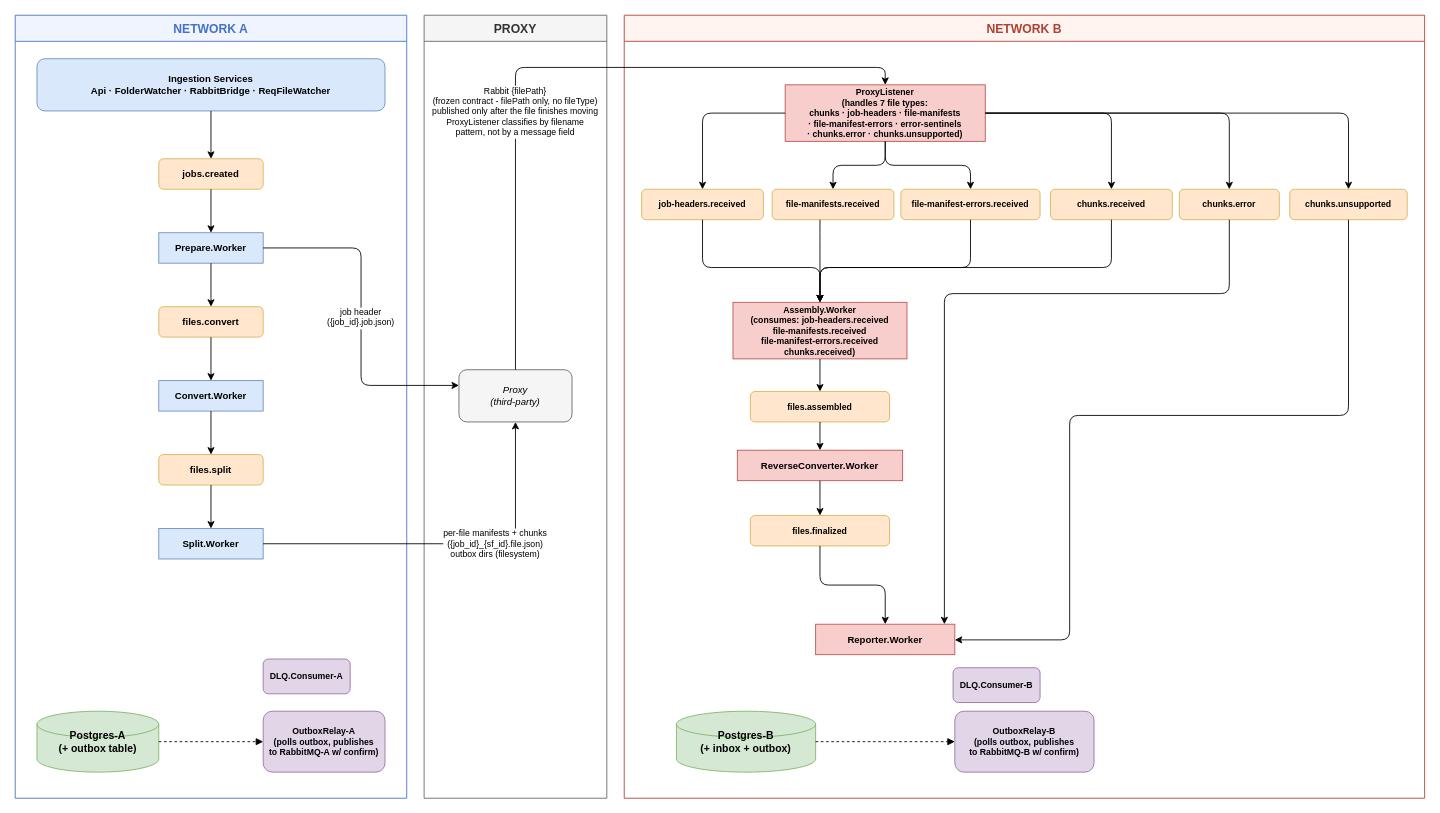
The draw.io diagram docs/architecture-v3.drawio in ImriHarlev/Dintinct, before the edit. Source tidied: cells renumbered, new cells numbered last; positions are measured from the earlier drawing's top-left corner, leaving out a move shared by most shapes. Both pictures are drawn from the tidied source at 87%, with x=0, y=0 at pixel (15, 15).
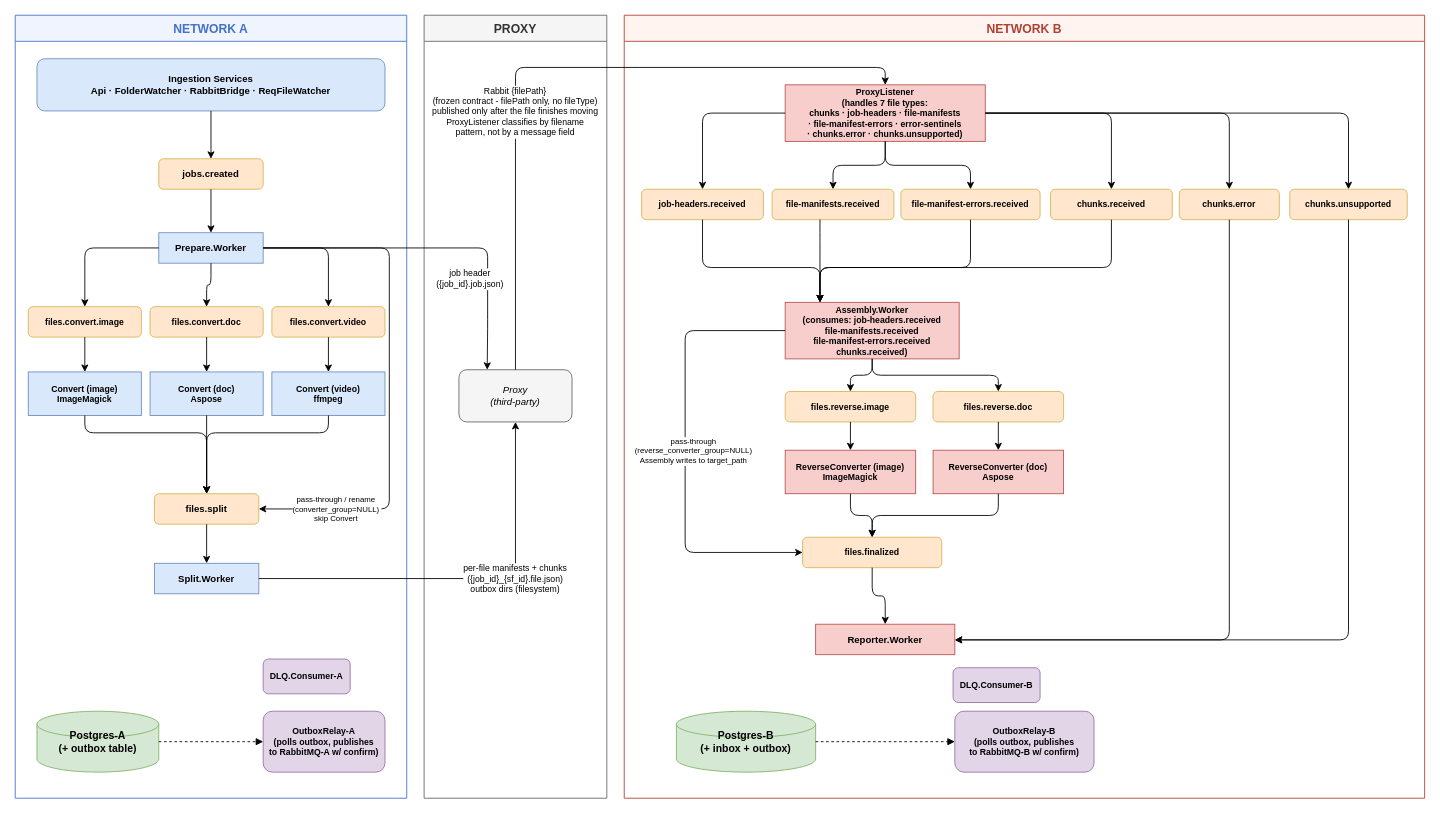
Above is the later version.

Commit message (it also covers changes not shown here):
split converter into engine groups (image/doc/video); pass-through files skip Convert

The change refers to these unchanged cells:
```xml
<mxCell id="2" value="NETWORK A" style="swimlane;startSize=30;fillColor=#f0f4ff;strokeColor=#4472C4;fontStyle=1;fontSize=14;fontColor=#4472C4;" parent="1" vertex="1">
  <mxGeometry width="450" height="900" as="geometry" />
</mxCell>
<mxCell id="6" value="Prepare.Worker" style="rounded=0;fillColor=#dae8fc;strokeColor=#6c8ebf;fontStyle=1;fontSize=11;" parent="2" vertex="1">
  <mxGeometry x="165" y="250" width="120" height="35" as="geometry" />
</mxCell>
<mxCell id="21" value="Proxy&#10;(third-party)" style="rounded=1;whiteSpace=wrap;fillColor=#f5f5f5;strokeColor=#666666;fontStyle=2;fontSize=11;" parent="20" vertex="1">
  <mxGeometry x="40" y="407.5" width="130" height="60" as="geometry" />
</mxCell>
<mxCell id="24" value="NETWORK B" style="swimlane;startSize=30;fillColor=#fff4f0;strokeColor=#AE4132;fontStyle=1;fontSize=14;fontColor=#AE4132;" parent="1" vertex="1">
  <mxGeometry x="700" width="920" height="900" as="geometry" />
</mxCell>
<mxCell id="30" value="chunks.error" style="rounded=1;fillColor=#ffe6cc;strokeColor=#d6b656;fontStyle=1;fontSize=10;" parent="24" vertex="1">
  <mxGeometry x="638" y="200" width="115" height="35" as="geometry" />
</mxCell>
<mxCell id="31" value="chunks.unsupported" style="rounded=1;fillColor=#ffe6cc;strokeColor=#d6b656;fontStyle=1;fontSize=10;" parent="24" vertex="1">
  <mxGeometry x="765" y="200" width="135" height="35" as="geometry" />
</mxCell>
<mxCell id="49" value="Reporter.Worker" style="rounded=0;fillColor=#f8cecc;strokeColor=#b85450;fontStyle=1;fontSize=11;" parent="24" vertex="1">
  <mxGeometry x="220" y="700" width="160" height="35" as="geometry" />
</mxCell>
```

Change to the diagram source:
```diff
@@
-    <mxCell id="8" value="files.convert" style="rounded=1;fillColor=#ffe6cc;strokeColor=#d6b656;fontStyle=1;fontSize=11;" parent="2" vertex="1">
-      <mxGeometry x="165" y="335" width="120" height="35" as="geometry" />
-    </mxCell>
-    <mxCell id="9" style="edgeStyle=orthogonalEdgeStyle;" parent="2" edge="1" source="6" target="8">
-      <mxGeometry relative="1" as="geometry" />
-    </mxCell>
-    <mxCell id="10" value="Convert.Worker" style="rounded=0;fillColor=#dae8fc;strokeColor=#6c8ebf;fontStyle=1;fontSize=11;" parent="2" vertex="1">
-      <mxGeometry x="165" y="420" width="120" height="35" as="geometry" />
-    </mxCell>
-    <mxCell id="11" style="edgeStyle=orthogonalEdgeStyle;" parent="2" edge="1" source="8" target="10">
-      <mxGeometry relative="1" as="geometry" />
-    </mxCell>
+    <mxCell id="58" value="files.convert.image" style="rounded=1;fillColor=#ffe6cc;strokeColor=#d6b656;fontStyle=1;fontSize=10;" parent="2" vertex="1">
+      <mxGeometry x="15" y="335" width="130" height="35" as="geometry" />
+    </mxCell>
+    <mxCell id="59" value="files.convert.doc" style="rounded=1;fillColor=#ffe6cc;strokeColor=#d6b656;fontStyle=1;fontSize=10;" parent="2" vertex="1">
+      <mxGeometry x="155" y="335" width="130" height="35" as="geometry" />
+    </mxCell>
+    <mxCell id="60" value="files.convert.video" style="rounded=1;fillColor=#ffe6cc;strokeColor=#d6b656;fontStyle=1;fontSize=10;" parent="2" vertex="1">
+      <mxGeometry x="295" y="335" width="130" height="35" as="geometry" />
+    </mxCell>
+    <mxCell id="61" value="Convert (image)&#10;ImageMagick" style="rounded=0;fillColor=#dae8fc;strokeColor=#6c8ebf;fontStyle=1;fontSize=10;whiteSpace=wrap;" parent="2" vertex="1">
+      <mxGeometry x="15" y="410" width="130" height="50" as="geometry" />
+    </mxCell>
+    <mxCell id="62" value="Convert (doc)&#10;Aspose" style="rounded=0;fillColor=#dae8fc;strokeColor=#6c8ebf;fontStyle=1;fontSize=10;whiteSpace=wrap;" parent="2" vertex="1">
+      <mxGeometry x="155" y="410" width="130" height="50" as="geometry" />
+    </mxCell>
+    <mxCell id="63" value="Convert (video)&#10;ffmpeg" style="rounded=0;fillColor=#dae8fc;strokeColor=#6c8ebf;fontStyle=1;fontSize=10;whiteSpace=wrap;" parent="2" vertex="1">
+      <mxGeometry x="295" y="410" width="130" height="50" as="geometry" />
+    </mxCell>
+    <mxCell id="64" style="edgeStyle=orthogonalEdgeStyle;" parent="2" edge="1" source="6" target="58">
+      <mxGeometry relative="1" as="geometry" />
+    </mxCell>
+    <mxCell id="65" style="edgeStyle=orthogonalEdgeStyle;" parent="2" edge="1" source="6" target="59">
+      <mxGeometry relative="1" as="geometry" />
+    </mxCell>
+    <mxCell id="66" style="edgeStyle=orthogonalEdgeStyle;" parent="2" edge="1" source="6" target="60">
+      <mxGeometry relative="1" as="geometry" />
+    </mxCell>
+    <mxCell id="67" style="edgeStyle=orthogonalEdgeStyle;" parent="2" edge="1" source="58" target="61">
+      <mxGeometry relative="1" as="geometry" />
+    </mxCell>
+    <mxCell id="68" style="edgeStyle=orthogonalEdgeStyle;" parent="2" edge="1" source="59" target="62">
+      <mxGeometry relative="1" as="geometry" />
+    </mxCell>
+    <mxCell id="69" style="edgeStyle=orthogonalEdgeStyle;" parent="2" edge="1" source="60" target="63">
+      <mxGeometry relative="1" as="geometry" />
+    </mxCell>
     <mxCell id="12" value="files.split" style="rounded=1;fillColor=#ffe6cc;strokeColor=#d6b656;fontStyle=1;fontSize=11;" parent="2" vertex="1">
-      <mxGeometry x="165" y="505" width="120" height="35" as="geometry" />
+      <mxGeometry x="160" y="550" width="120" height="35" as="geometry" />
     </mxCell>
-    <mxCell id="13" style="edgeStyle=orthogonalEdgeStyle;" parent="2" edge="1" source="10" target="12">
-      <mxGeometry relative="1" as="geometry" />
-    </mxCell>
+    <mxCell id="70" style="edgeStyle=orthogonalEdgeStyle;exitX=0.5;exitY=1;exitDx=0;exitDy=0;" parent="2" edge="1" source="61" target="12">
+      <mxGeometry relative="1" as="geometry">
+        <Array as="points">
+          <mxPoint x="80" y="480" />
+          <mxPoint x="220" y="480" />
+        </Array>
+      </mxGeometry>
+    </mxCell>
+    <mxCell id="71" style="edgeStyle=orthogonalEdgeStyle;exitX=0.5;exitY=1;exitDx=0;exitDy=0;" parent="2" edge="1" source="62" target="12">
+      <mxGeometry relative="1" as="geometry" />
+    </mxCell>
+    <mxCell id="72" style="edgeStyle=orthogonalEdgeStyle;exitX=0.5;exitY=1;exitDx=0;exitDy=0;" parent="2" edge="1" source="63" target="12">
+      <mxGeometry relative="1" as="geometry">
+        <Array as="points">
+          <mxPoint x="360" y="480" />
+          <mxPoint x="220" y="480" />
+        </Array>
+      </mxGeometry>
+    </mxCell>
+    <mxCell id="73" value="pass-through / rename&#10;(converter_group=NULL)&#10;skip Convert" style="edgeStyle=orthogonalEdgeStyle;fontSize=9;fontColor=light-dark(#000000, #ec8f82);strokeColor=#000000;exitX=1;exitY=0.5;exitDx=0;exitDy=0;entryX=1;entryY=0.5;entryDx=0;entryDy=0;" parent="2" edge="1" source="6" target="12">
+      <mxGeometry x="0.7" relative="1" as="geometry">
+        <Array as="points">
+          <mxPoint x="430" y="267" />
+          <mxPoint x="430" y="568" />
+        </Array>
+      </mxGeometry>
+    </mxCell>
     <mxCell id="14" value="Split.Worker" style="rounded=0;fillColor=#dae8fc;strokeColor=#6c8ebf;fontStyle=1;fontSize=11;" parent="2" vertex="1">
-      <mxGeometry x="165" y="590" width="120" height="35" as="geometry" />
+      <mxGeometry x="160" y="630" width="120" height="35" as="geometry" />
     </mxCell>
@@
-    <mxCell id="23" value="job header&#10;({job_id}.job.json)" style="edgeStyle=orthogonalEdgeStyle;fontSize=10;exitX=1;exitY=0.5;exitDx=0;exitDy=0;entryX=0;entryY=0.3;entryDx=0;entryDy=0;" parent="1" edge="1" source="6" target="21">
-      <mxGeometry relative="1" as="geometry" />
+    <mxCell id="23" value="job header&#10;({job_id}.job.json)" style="edgeStyle=orthogonalEdgeStyle;fontSize=10;exitX=1;exitY=0.5;exitDx=0;exitDy=0;entryX=0.25;entryY=0;entryDx=0;entryDy=0;" parent="1" edge="1" source="6" target="21">
+      <mxGeometry x="0.47" y="-20" relative="1" as="geometry">
+        <Array as="points">
+          <mxPoint x="543" y="268" />
+          <mxPoint x="543" y="360" />
+          <mxPoint x="543" y="360" />
+        </Array>
+      </mxGeometry>
     </mxCell>
@@
     <mxCell id="38" value="Assembly.Worker&#10;(consumes: job-headers.received&#10;file-manifests.received&#10;file-manifest-errors.received&#10;chunks.received)" style="rounded=0;fillColor=#f8cecc;strokeColor=#b85450;fontStyle=1;fontSize=10;" parent="24" vertex="1">
-      <mxGeometry x="125" y="330" width="200" height="65" as="geometry" />
+      <mxGeometry x="185" y="330" width="200" height="65" as="geometry" />
     </mxCell>
@@
-    <mxCell id="43" value="files.assembled" style="rounded=1;fillColor=#ffe6cc;strokeColor=#d6b656;fontStyle=1;fontSize=10;" parent="24" vertex="1">
-      <mxGeometry x="145" y="432.5" width="160" height="35" as="geometry" />
-    </mxCell>
-    <mxCell id="44" style="edgeStyle=orthogonalEdgeStyle;" parent="24" edge="1" source="38" target="43">
-      <mxGeometry relative="1" as="geometry" />
-    </mxCell>
-    <mxCell id="45" value="ReverseConverter.Worker" style="rounded=0;fillColor=#f8cecc;strokeColor=#b85450;fontStyle=1;fontSize=11;" parent="24" vertex="1">
-      <mxGeometry x="130" y="500" width="190" height="35" as="geometry" />
-    </mxCell>
-    <mxCell id="46" style="edgeStyle=orthogonalEdgeStyle;" parent="24" edge="1" source="43" target="45">
-      <mxGeometry relative="1" as="geometry" />
-    </mxCell>
+    <mxCell id="74" value="files.reverse.image" style="rounded=1;fillColor=#ffe6cc;strokeColor=#d6b656;fontStyle=1;fontSize=10;" parent="24" vertex="1">
+      <mxGeometry x="185" y="432.5" width="150" height="35" as="geometry" />
+    </mxCell>
+    <mxCell id="75" value="files.reverse.doc" style="rounded=1;fillColor=#ffe6cc;strokeColor=#d6b656;fontStyle=1;fontSize=10;" parent="24" vertex="1">
+      <mxGeometry x="355" y="432.5" width="150" height="35" as="geometry" />
+    </mxCell>
+    <mxCell id="76" value="ReverseConverter (image)&#10;ImageMagick" style="rounded=0;fillColor=#f8cecc;strokeColor=#b85450;fontStyle=1;fontSize=10;whiteSpace=wrap;" parent="24" vertex="1">
+      <mxGeometry x="185" y="500" width="150" height="50" as="geometry" />
+    </mxCell>
+    <mxCell id="77" value="ReverseConverter (doc)&#10;Aspose" style="rounded=0;fillColor=#f8cecc;strokeColor=#b85450;fontStyle=1;fontSize=10;whiteSpace=wrap;" parent="24" vertex="1">
+      <mxGeometry x="355" y="500" width="150" height="50" as="geometry" />
+    </mxCell>
+    <mxCell id="78" style="edgeStyle=orthogonalEdgeStyle;" parent="24" edge="1" source="38" target="74">
+      <mxGeometry relative="1" as="geometry" />
+    </mxCell>
+    <mxCell id="79" style="edgeStyle=orthogonalEdgeStyle;" parent="24" edge="1" source="38" target="75">
+      <mxGeometry relative="1" as="geometry" />
+    </mxCell>
+    <mxCell id="80" style="edgeStyle=orthogonalEdgeStyle;" parent="24" edge="1" source="74" target="76">
+      <mxGeometry relative="1" as="geometry" />
+    </mxCell>
+    <mxCell id="81" style="edgeStyle=orthogonalEdgeStyle;" parent="24" edge="1" source="75" target="77">
+      <mxGeometry relative="1" as="geometry" />
+    </mxCell>
     <mxCell id="47" value="files.finalized" style="rounded=1;fillColor=#ffe6cc;strokeColor=#d6b656;fontStyle=1;fontSize=10;" parent="24" vertex="1">
-      <mxGeometry x="145" y="575" width="160" height="35" as="geometry" />
+      <mxGeometry x="205" y="600" width="160" height="35" as="geometry" />
     </mxCell>
-    <mxCell id="48" style="edgeStyle=orthogonalEdgeStyle;" parent="24" edge="1" source="45" target="47">
-      <mxGeometry relative="1" as="geometry" />
-    </mxCell>
+    <mxCell id="82" style="edgeStyle=orthogonalEdgeStyle;" parent="24" edge="1" source="76" target="47">
+      <mxGeometry relative="1" as="geometry" />
+    </mxCell>
+    <mxCell id="83" style="edgeStyle=orthogonalEdgeStyle;" parent="24" edge="1" source="77" target="47">
+      <mxGeometry relative="1" as="geometry" />
+    </mxCell>
+    <mxCell id="84" value="pass-through&#10;(reverse_converter_group=NULL)&#10;Assembly writes to target_path" style="edgeStyle=orthogonalEdgeStyle;fontSize=9;fontColor=light-dark(#000000, #ec8f82);strokeColor=#000000;exitX=0;exitY=0.5;exitDx=0;exitDy=0;entryX=0;entryY=0.5;entryDx=0;entryDy=0;" parent="24" edge="1" source="38" target="47">
+      <mxGeometry y="10" relative="1" as="geometry">
+        <Array as="points">
+          <mxPoint x="70" y="363" />
+          <mxPoint x="70" y="618" />
+          <mxPoint x="205" y="618" />
+        </Array>
+      </mxGeometry>
+    </mxCell>
@@
     <mxCell id="51" style="edgeStyle=orthogonalEdgeStyle;" parent="24" edge="1" source="30" target="49">
       <mxGeometry relative="1" as="geometry">
         <Array as="points">
-          <mxPoint x="696" y="320" />
-          <mxPoint x="368" y="320" />
+          <mxPoint x="695" y="718" />
         </Array>
       </mxGeometry>
     </mxCell>
     <mxCell id="52" style="edgeStyle=orthogonalEdgeStyle;exitX=0.5;exitY=1;exitDx=0;exitDy=0;" parent="24" edge="1" source="31" target="49">
       <mxGeometry relative="1" as="geometry">
         <Array as="points">
-          <mxPoint x="512" y="460" />
-          <mxPoint x="512" y="718" />
+          <mxPoint x="833" y="718" />
         </Array>
       </mxGeometry>
     </mxCell>
```
